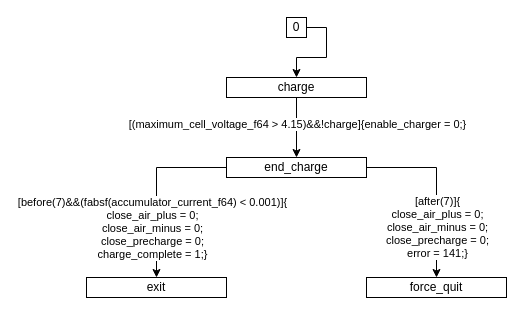
Above: page "charge" (5 of 7) of xver/xsm/XML/graph.drawio in osceri/AMS-CC (draw.io), before the change. Source tidied: cells renumbered, new cells numbered last; positions are measured from the earlier drawing's top-left corner, leaving out a move shared by most shapes. Both pictures are drawn from the tidied source at 100%, with x=0, y=0 at pixel (86, 17).
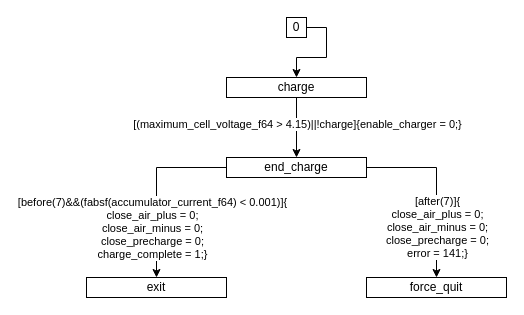
The same page after the edit.

What changed in the source:
```diff
@@
 <mxGraphModel>
   <root>
     <mxCell id="0" />
     <mxCell id="1" parent="0" />
     <mxCell id="2" style="edgeStyle=orthogonalEdgeStyle;rounded=0;jettySize=auto;html=1;exitX=1;exitY=0.5;exitDx=0;exitDy=0;entryX=0.5;entryY=0;entryDx=0;entryDy=0;" parent="1" edge="1" source="3" target="6">
       <mxGeometry relative="1" as="geometry" />
     </mxCell>
     <mxCell id="3" value="0" style="rounded=0;whiteSpace=wrap;html=1;" parent="1" vertex="1">
       <mxGeometry x="200" width="20" height="20" as="geometry" />
     </mxCell>
     <mxCell id="4" style="edgeStyle=orthogonalEdgeStyle;rounded=0;jettySize=auto;html=1;exitX=0.5;exitY=1;exitDx=0;exitDy=0;entryX=0.5;entryY=0;entryDx=0;entryDy=0;" parent="1" edge="1" source="6" target="11">
       <mxGeometry relative="1" as="geometry" />
     </mxCell>
-    <mxCell id="5" value="[(maximum_cell_voltage_f64 &amp;gt; 4.15)&amp;amp;&amp;amp;!charge]{enable_charger = 0;}" style="edgeLabel;html=1;align=center;verticalAlign=middle;" parent="4" vertex="1">
+    <mxCell id="5" value="[(maximum_cell_voltage_f64 &amp;gt; 4.15)||!charge]{enable_charger = 0;}" style="edgeLabel;html=1;align=center;verticalAlign=middle;" parent="4" vertex="1">
       <mxGeometry x="-0.13" relative="1" as="geometry" />
     </mxCell>
     <mxCell id="6" value="charge" style="rounded=0;whiteSpace=wrap;html=1;" parent="1" vertex="1">
       <mxGeometry x="140" y="60" width="140" height="20" as="geometry" />
     </mxCell>
     <mxCell id="7" style="edgeStyle=orthogonalEdgeStyle;rounded=0;jettySize=auto;html=1;exitX=0;exitY=0.5;exitDx=0;exitDy=0;entryX=0.5;entryY=0;entryDx=0;entryDy=0;" parent="1" edge="1" source="11" target="12">
       <mxGeometry relative="1" as="geometry" />
     </mxCell>
     <mxCell id="8" value="&lt;div&gt;[before(7)&amp;amp;&amp;amp;(fabsf(accumulator_current_f64) &amp;lt; 0.001)]{&lt;/div&gt;&lt;div&gt;close_air_plus = 0;&lt;/div&gt;&lt;div&gt;close_air_minus = 0;&lt;/div&gt;&lt;div&gt;close_precharge = 0;&lt;/div&gt;&lt;div&gt;charge_complete = 1;}&lt;/div&gt;" style="edgeLabel;html=1;align=center;verticalAlign=middle;" parent="7" vertex="1">
       <mxGeometry x="0.41" y="1" relative="1" as="geometry">
         <mxPoint x="-6" y="3" as="offset" />
       </mxGeometry>
     </mxCell>
     <mxCell id="9" style="edgeStyle=orthogonalEdgeStyle;rounded=0;jettySize=auto;html=1;exitX=1;exitY=0.5;exitDx=0;exitDy=0;entryX=0.5;entryY=0;entryDx=0;entryDy=0;" parent="1" edge="1" source="11" target="13">
       <mxGeometry relative="1" as="geometry" />
     </mxCell>
     <mxCell id="10" value="&lt;div&gt;[after(7)]{&lt;/div&gt;&lt;div&gt;close_air_plus = 0;&lt;/div&gt;&lt;div&gt;close_air_minus = 0;&lt;/div&gt;&lt;div&gt;close_precharge = 0;&lt;/div&gt;&lt;div&gt;error = 141;}&lt;/div&gt;" style="edgeLabel;html=1;align=center;verticalAlign=middle;" parent="9" vertex="1">
       <mxGeometry x="0.46" relative="1" as="geometry">
         <mxPoint y="-2" as="offset" />
       </mxGeometry>
     </mxCell>
     <mxCell id="11" value="end_charge" style="rounded=0;whiteSpace=wrap;html=1;" parent="1" vertex="1">
       <mxGeometry x="140" y="140" width="140" height="20" as="geometry" />
     </mxCell>
     <mxCell id="12" value="exit" style="rounded=0;whiteSpace=wrap;html=1;" parent="1" vertex="1">
       <mxGeometry y="260" width="140" height="20" as="geometry" />
     </mxCell>
     <mxCell id="13" value="force_quit" style="rounded=0;whiteSpace=wrap;html=1;" parent="1" vertex="1">
       <mxGeometry x="280" y="260" width="140" height="20" as="geometry" />
     </mxCell>
   </root>
 </mxGraphModel>
```
